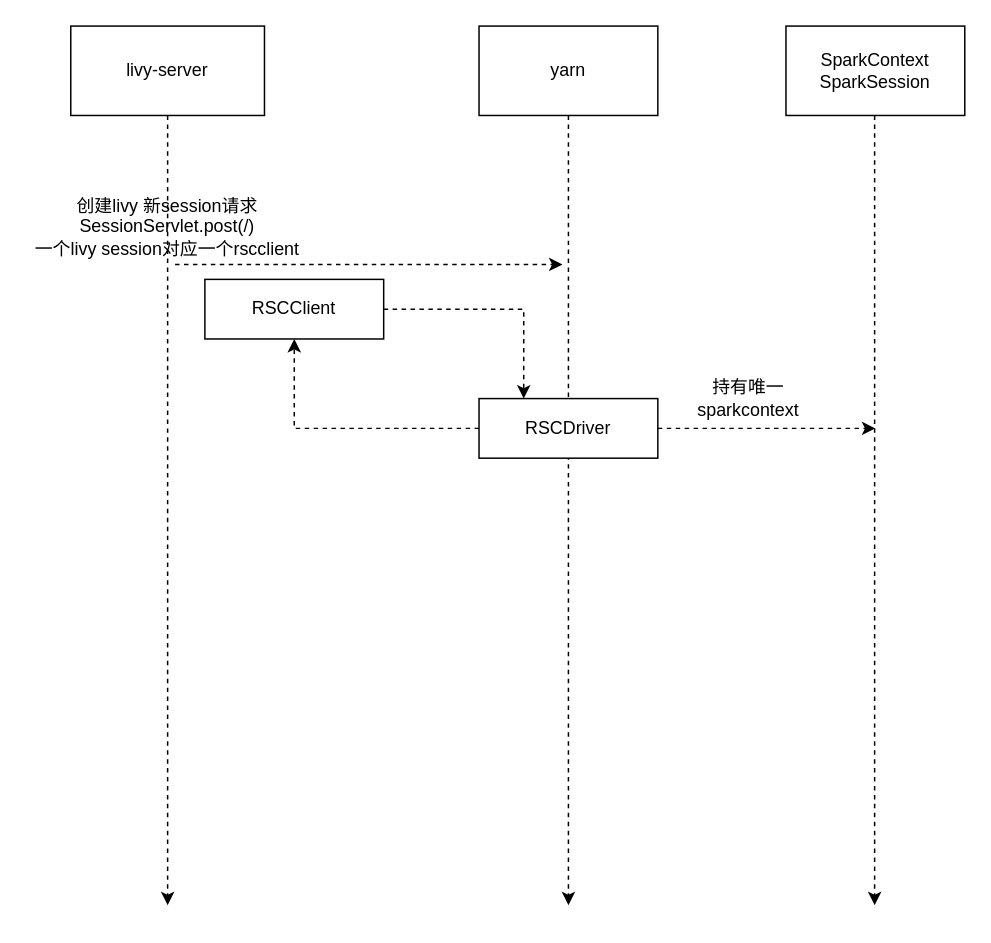
This is livy-design.drawio from yuhuali1989/ui, a draw.io file, before an edit. Source tidied: cells renumbered, new cells numbered last; positions are measured from the earlier drawing's top-left corner, leaving out a move shared by most shapes. Both pictures are drawn from the tidied source at 149%, with x=0, y=0 at pixel (25, 25).
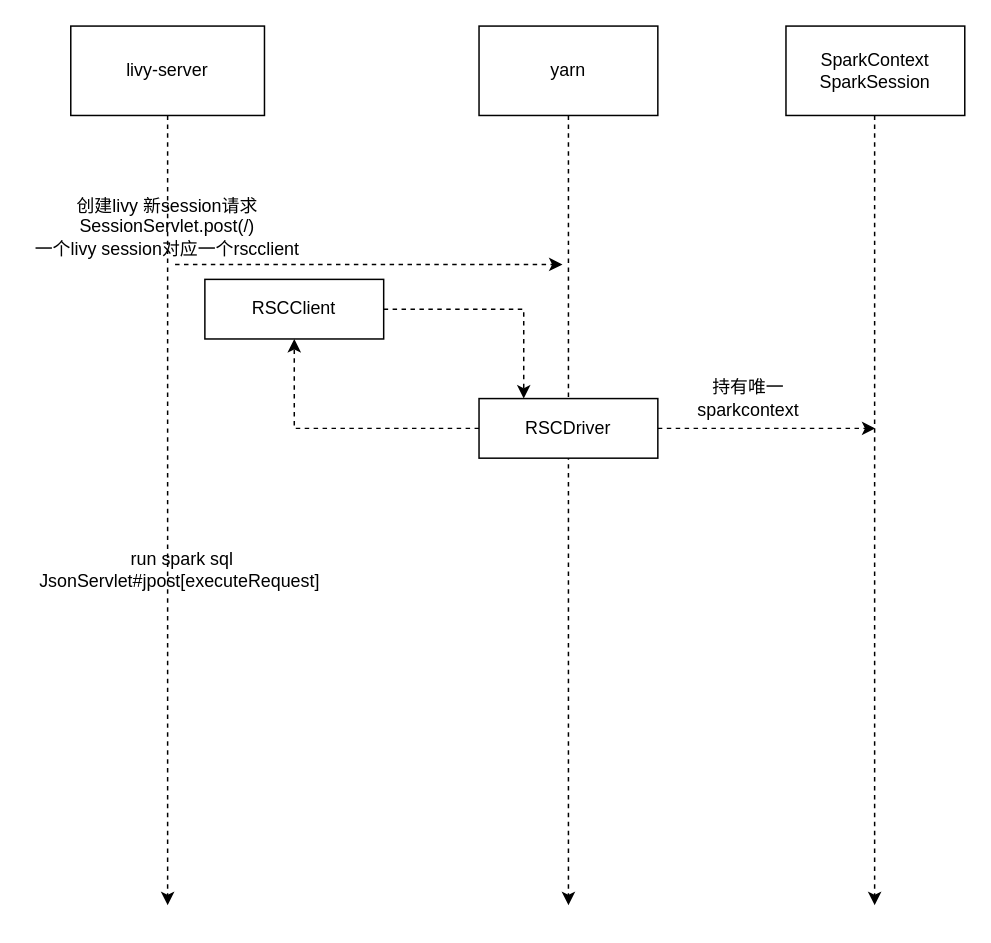
Above is the later version.

Diff of the diagram source:
```diff
@@
+    <mxCell id="16" value="run spark sql&lt;br&gt;JsonServlet#jpost[executeRequest]&amp;nbsp;" style="text;html=1;strokeColor=none;fillColor=none;align=center;verticalAlign=middle;whiteSpace=wrap;rounded=0;" parent="1" vertex="1">
+      <mxGeometry x="10" y="340" width="190" height="50" as="geometry" />
+    </mxCell>
```
